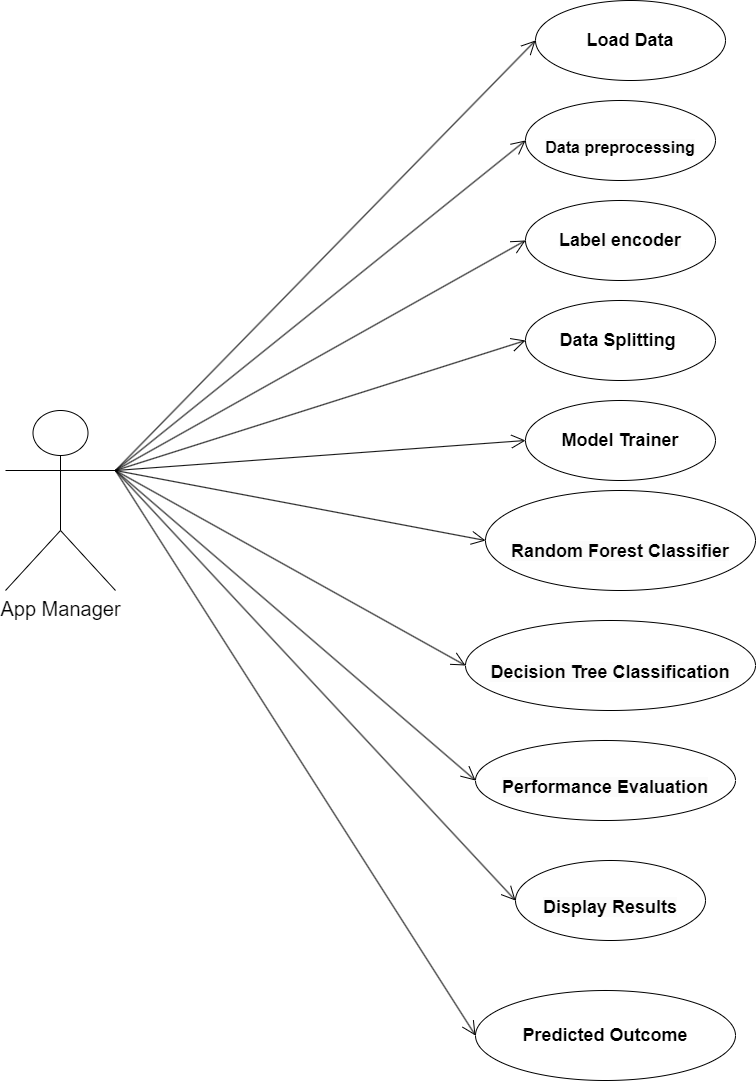
Before: Untitled Diagram.drawio.png, a diagram exported from draw.io (rakeshkandhi/rakeshkandhi). Source tidied: cells renumbered, new cells last; positions are measured from the earlier drawing's top-left corner, leaving out a move shared by most shapes.
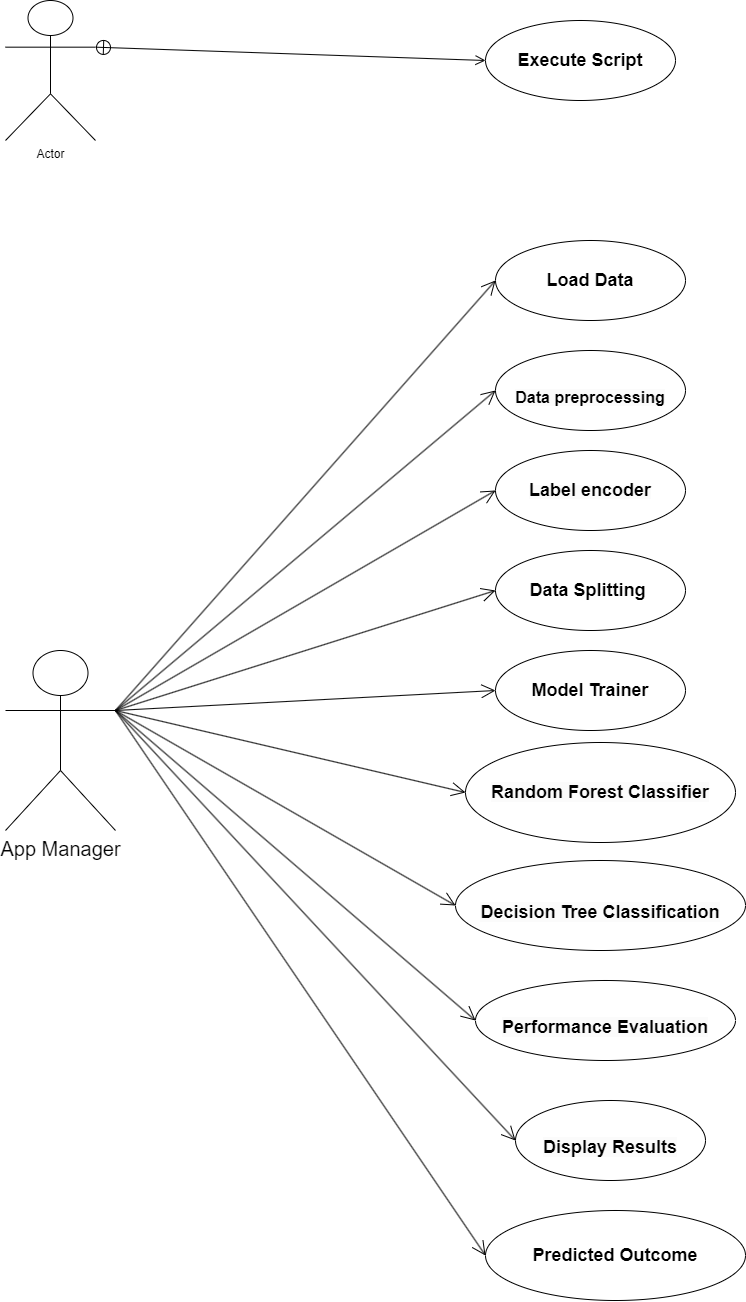
The same file after the commit.

What changed in the source:
```diff
@@ -3,25 +3,25 @@
     <mxCell id="0" />
     <mxCell id="1" parent="0" />
     <mxCell id="2" value="&lt;font style=&quot;font-size: 18px;&quot;&gt;&lt;b&gt;Data Splitting&amp;nbsp;&lt;/b&gt;&lt;/font&gt;" style="ellipse;whiteSpace=wrap;html=1;" parent="1" vertex="1">
-      <mxGeometry x="520" y="300" width="190" height="80" as="geometry" />
+      <mxGeometry x="490" y="310" width="190" height="80" as="geometry" />
     </mxCell>
     <mxCell id="3" value="&lt;font style=&quot;font-size: 18px;&quot;&gt;&lt;b&gt;Model Trainer&lt;/b&gt;&lt;/font&gt;" style="ellipse;whiteSpace=wrap;html=1;" parent="1" vertex="1">
-      <mxGeometry x="520" y="400" width="190" height="80" as="geometry" />
+      <mxGeometry x="490" y="410" width="190" height="80" as="geometry" />
     </mxCell>
-    <mxCell id="4" value="&lt;br&gt;&lt;span style=&quot;color: rgb(0, 0, 0); font-family: Helvetica; font-size: 18px; font-style: normal; font-variant-ligatures: normal; font-variant-caps: normal; letter-spacing: normal; orphans: 2; text-align: center; text-indent: 0px; text-transform: none; widows: 2; word-spacing: 0px; -webkit-text-stroke-width: 0px; background-color: rgb(251, 251, 251); text-decoration-thickness: initial; text-decoration-style: initial; text-decoration-color: initial; float: none; display: inline !important;&quot;&gt;Random Forest Classifier&lt;/span&gt;" style="ellipse;whiteSpace=wrap;html=1;fontSize=18;fontStyle=1;horizontal=1;verticalAlign=middle;" parent="1" vertex="1">
-      <mxGeometry x="480" y="490" width="270" height="100" as="geometry" />
+    <mxCell id="4" value="&lt;span style=&quot;color: rgb(0, 0, 0); font-family: Helvetica; font-size: 18px; font-style: normal; font-variant-ligatures: normal; font-variant-caps: normal; letter-spacing: normal; orphans: 2; text-align: center; text-indent: 0px; text-transform: none; widows: 2; word-spacing: 0px; -webkit-text-stroke-width: 0px; background-color: rgb(251, 251, 251); text-decoration-thickness: initial; text-decoration-style: initial; text-decoration-color: initial; float: none; display: inline !important;&quot;&gt;Random Forest Classifier&lt;/span&gt;" style="ellipse;whiteSpace=wrap;html=1;fontSize=18;fontStyle=1;horizontal=1;verticalAlign=middle;" parent="1" vertex="1">
+      <mxGeometry x="460" y="502" width="270" height="100" as="geometry" />
     </mxCell>
     <mxCell id="5" value="&lt;b&gt;&lt;font style=&quot;font-size: 18px;&quot;&gt;Load Data&lt;/font&gt;&lt;/b&gt;" style="ellipse;whiteSpace=wrap;html=1;" parent="1" vertex="1">
-      <mxGeometry x="530" width="190" height="80" as="geometry" />
+      <mxGeometry x="490" width="190" height="80" as="geometry" />
     </mxCell>
     <mxCell id="6" value="&lt;br&gt;&lt;span style=&quot;color: rgb(0, 0, 0); font-family: Helvetica; font-size: 16px; font-style: normal; font-variant-ligatures: normal; font-variant-caps: normal; font-weight: 700; letter-spacing: normal; orphans: 2; text-align: center; text-indent: 0px; text-transform: none; widows: 2; word-spacing: 0px; -webkit-text-stroke-width: 0px; background-color: rgb(251, 251, 251); text-decoration-thickness: initial; text-decoration-style: initial; text-decoration-color: initial; float: none; display: inline !important;&quot;&gt;Data preprocessing&lt;/span&gt;" style="ellipse;whiteSpace=wrap;html=1;" parent="1" vertex="1">
-      <mxGeometry x="520" y="100" width="190" height="80" as="geometry" />
+      <mxGeometry x="490" y="110" width="190" height="80" as="geometry" />
     </mxCell>
     <mxCell id="7" value="&lt;span style=&quot;color: rgb(0, 0, 0); font-family: Helvetica; font-style: normal; font-variant-ligatures: normal; font-variant-caps: normal; font-weight: 700; letter-spacing: normal; orphans: 2; text-align: center; text-indent: 0px; text-transform: none; widows: 2; word-spacing: 0px; -webkit-text-stroke-width: 0px; background-color: rgb(251, 251, 251); text-decoration-thickness: initial; text-decoration-style: initial; text-decoration-color: initial; float: none; display: inline !important;&quot;&gt;&lt;font style=&quot;font-size: 18px;&quot;&gt;Label encoder&lt;/font&gt;&lt;/span&gt;" style="ellipse;whiteSpace=wrap;html=1;" parent="1" vertex="1">
-      <mxGeometry x="520" y="200" width="190" height="80" as="geometry" />
+      <mxGeometry x="490" y="210" width="190" height="80" as="geometry" />
     </mxCell>
     <mxCell id="8" value="&lt;br&gt;&lt;span style=&quot;color: rgb(0, 0, 0); font-family: Helvetica; font-size: 18px; font-style: normal; font-variant-ligatures: normal; font-variant-caps: normal; font-weight: 700; letter-spacing: normal; orphans: 2; text-align: center; text-indent: 0px; text-transform: none; widows: 2; word-spacing: 0px; -webkit-text-stroke-width: 0px; background-color: rgb(251, 251, 251); text-decoration-thickness: initial; text-decoration-style: initial; text-decoration-color: initial; float: none; display: inline !important;&quot;&gt;Decision Tree Classification&lt;/span&gt;" style="ellipse;whiteSpace=wrap;html=1;" parent="1" vertex="1">
-      <mxGeometry x="460" y="620" width="290" height="90" as="geometry" />
+      <mxGeometry x="450" y="620" width="290" height="90" as="geometry" />
     </mxCell>
     <mxCell id="9" value="&lt;br&gt;&lt;span style=&quot;color: rgb(0, 0, 0); font-family: Helvetica; font-size: 18px; font-style: normal; font-variant-ligatures: normal; font-variant-caps: normal; font-weight: 700; letter-spacing: normal; orphans: 2; text-align: center; text-indent: 0px; text-transform: none; widows: 2; word-spacing: 0px; -webkit-text-stroke-width: 0px; background-color: rgb(251, 251, 251); text-decoration-thickness: initial; text-decoration-style: initial; text-decoration-color: initial; float: none; display: inline !important;&quot;&gt;Performance Evaluation&lt;/span&gt;" style="ellipse;whiteSpace=wrap;html=1;" parent="1" vertex="1">
       <mxGeometry x="470" y="740" width="260" height="80" as="geometry" />
@@ -60,10 +60,19 @@
       <mxGeometry relative="1" as="geometry" />
     </mxCell>
     <mxCell id="21" value="&lt;b style=&quot;font-size: 18px;&quot;&gt;&lt;font style=&quot;font-size: 18px;&quot;&gt;Predicted Outcome&lt;/font&gt;&lt;/b&gt;" style="ellipse;html=1;whiteSpace=wrap;fontSize=18;" parent="1" vertex="1">
-      <mxGeometry x="470" y="990" width="260" height="90" as="geometry" />
+      <mxGeometry x="480" y="970" width="260" height="90" as="geometry" />
     </mxCell>
     <mxCell id="22" style="endArrow=open;endFill=1;endSize=12;html=1;rounded=0;entryX=0;entryY=0.5;entryDx=0;entryDy=0;exitX=1;exitY=0.3333333333333333;exitDx=0;exitDy=0;exitPerimeter=0;" parent="1" edge="1" source="11" target="21">
       <mxGeometry relative="1" as="geometry" />
     </mxCell>
+    <mxCell id="23" value="Actor" style="shape=umlActor;verticalLabelPosition=bottom;verticalAlign=top;html=1;" parent="1" vertex="1">
+      <mxGeometry y="-240" width="90" height="140" as="geometry" />
+    </mxCell>
+    <mxCell id="24" value="&lt;b&gt;&lt;font style=&quot;font-size: 18px;&quot;&gt;Execute Script&lt;/font&gt;&lt;/b&gt;" style="ellipse;whiteSpace=wrap;html=1;" parent="1" vertex="1">
+      <mxGeometry x="480" y="-220" width="190" height="80" as="geometry" />
+    </mxCell>
+    <mxCell id="25" style="endArrow=open;startArrow=circlePlus;endFill=0;startFill=0;endSize=8;html=1;rounded=0;exitX=1;exitY=0.3333333333333333;exitDx=0;exitDy=0;exitPerimeter=0;entryX=0;entryY=0.5;entryDx=0;entryDy=0;" parent="1" edge="1" source="23" target="24">
+      <mxGeometry relative="1" as="geometry" />
+    </mxCell>
   </root>
 </mxGraphModel>
```
